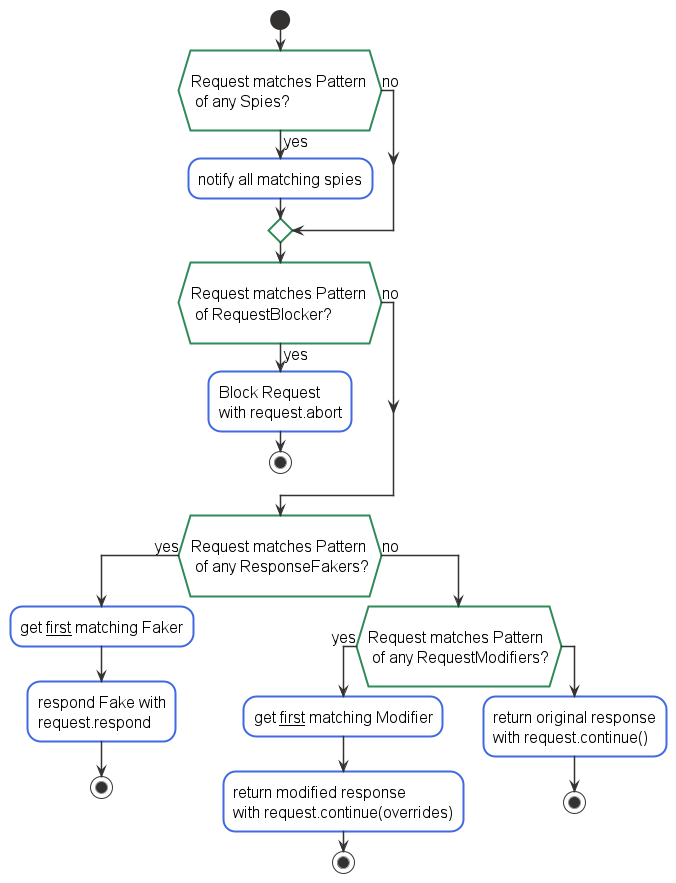
This is documentation/activity.png from Tabueeee/puppeteer-request-spy, a PlantUML export, as it was before one commit.
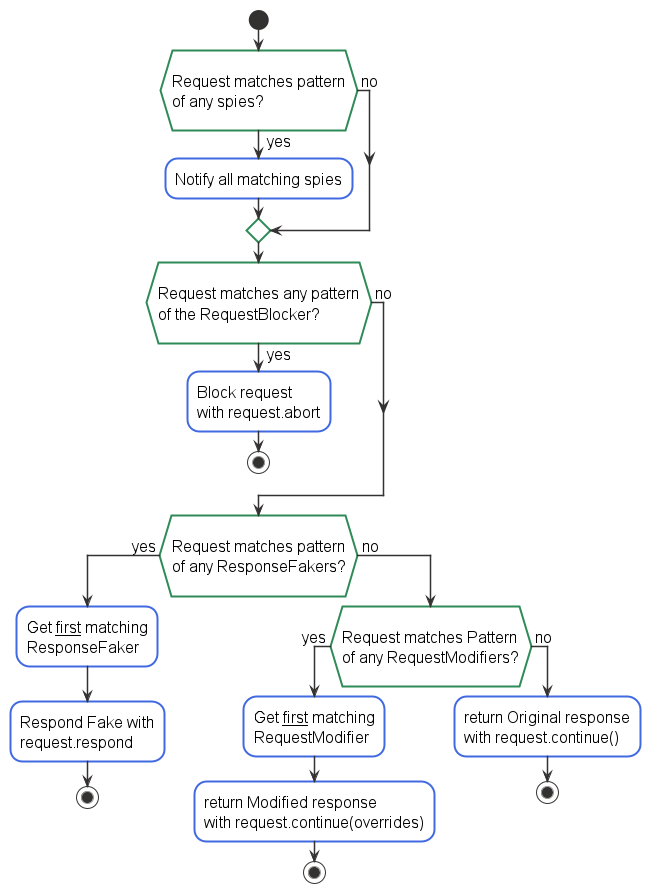
After the change.

What changed in the source:
```diff
@@ -1,5 +1,4 @@
 @startuml
-
 skinparam shadowing false
 
 skinparam activity {
@@ -26,39 +25,33 @@
 
 start
 
-
-if (\nRequest matches Pattern \n of any Spies?\n) then (yes)
-  :notify all matching spies;
-else (no)
-
+if (\nRequest matches pattern\nof any spies?\n) then ( yes )
+  :Notify all matching spies;
+else ( no )
 endif
 
 
-if (\nRequest matches Pattern \n of RequestBlocker?\n) then (no)
+if (\nRequest matches any pattern\nof the RequestBlocker?\n) then ( no )
 
-
-else (yes)
-  :Block Request \nwith request.abort;
+else ( yes )
+  :Block request\nwith request.abort;
   stop
 
 endif
 
-
-if (\nRequest matches Pattern \n of any ResponseFakers?\n) then (yes)
-  :get __first__ matching Faker;
-  :respond Fake with\nrequest.respond;
+if (\nRequest matches pattern\nof any ResponseFakers?\n) then ( yes )
+  :Get __first__ matching\nResponseFaker;
+  :Respond Fake with\nrequest.respond;
   stop
-else (no)
-    if (\nRequest matches Pattern \n of any RequestModifiers?\n) then (yes)
-        :get __first__ matching Modifier;
-        :return modified response\nwith request.continue(overrides);
+else ( no )
+    if (\nRequest matches Pattern\nof any RequestModifiers?\n) then ( yes )
+        :Get __first__ matching\nRequestModifier;
+        :return Modified response\nwith request.continue(overrides);
         stop
-    else
-        :return original response\nwith request.continue();
+    else ( no )
+        :return Original response\nwith request.continue();
         stop
     endif
 endif
 
-
-
 @enduml
```
